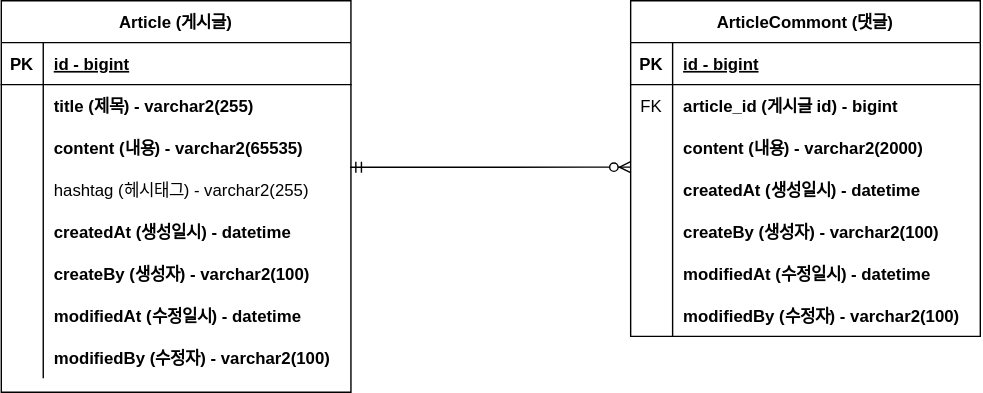
Above: document/project-board-erd.svg in achul1026/fastcampus-project-board (draw.io), before the change. Source tidied: cells renumbered, new cells last; positions are measured from the earlier drawing's top-left corner, leaving out a move shared by most shapes.
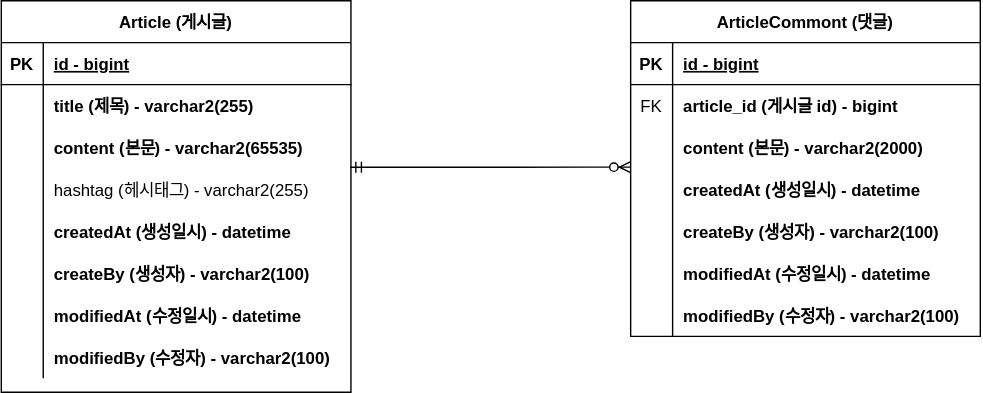
The same file after the commit.

Commit message:
#9 - ERD 주석 업데이트

Change to the diagram source:
```diff
@@ -29,7 +29,7 @@
     <mxCell id="10" style="shape=partialRectangle;overflow=hidden;fillColor=none;top=0;left=0;bottom=0;right=0;" parent="9" vertex="1">
       <mxGeometry width="30" height="30" as="geometry" />
     </mxCell>
-    <mxCell id="11" value="content (내용) - varchar2(65535)" style="shape=partialRectangle;overflow=hidden;fillColor=none;top=0;left=0;bottom=0;right=0;align=left;spacingLeft=6;fontStyle=1;" parent="9" vertex="1">
+    <mxCell id="11" value="content (본문) - varchar2(65535)" style="shape=partialRectangle;overflow=hidden;fillColor=none;top=0;left=0;bottom=0;right=0;align=left;spacingLeft=6;fontStyle=1;" parent="9" vertex="1">
       <mxGeometry x="30" width="220" height="30" as="geometry" />
     </mxCell>
     <mxCell id="12" style="shape=partialRectangle;fillColor=none;points=[[0,0.5],[1,0.5]];portConstraint=eastwest;top=0;left=0;right=0;bottom=0;" parent="2" vertex="1">
@@ -104,7 +104,7 @@
     <mxCell id="35" style="shape=partialRectangle;overflow=hidden;fillColor=none;top=0;left=0;bottom=0;right=0;" parent="34" vertex="1">
       <mxGeometry width="30" height="30" as="geometry" />
     </mxCell>
-    <mxCell id="36" value="content (내용) - varchar2(2000)" style="shape=partialRectangle;overflow=hidden;fillColor=none;top=0;left=0;bottom=0;right=0;align=left;spacingLeft=6;fontStyle=1;" parent="34" vertex="1">
+    <mxCell id="36" value="content (본문) - varchar2(2000)" style="shape=partialRectangle;overflow=hidden;fillColor=none;top=0;left=0;bottom=0;right=0;align=left;spacingLeft=6;fontStyle=1;" parent="34" vertex="1">
       <mxGeometry x="30" width="220" height="30" as="geometry" />
     </mxCell>
     <mxCell id="37" style="shape=partialRectangle;fillColor=none;top=0;left=0;right=0;bottom=0;" parent="27" vertex="1">
```
